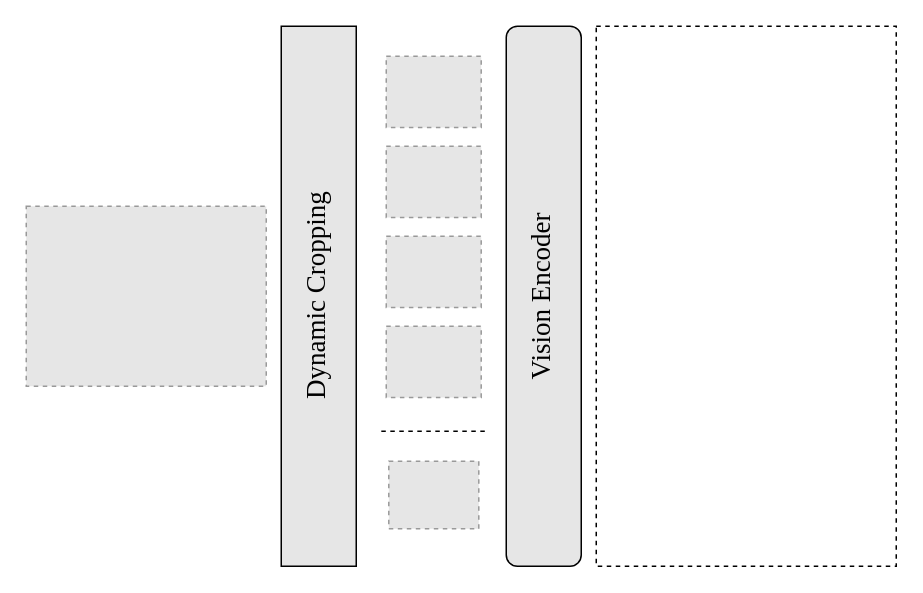
QianQian-L/test1 keeps this draw.io diagram as dyx论文.drawio. Above is the earlier version. Source tidied: cells renumbered, new cells numbered last; positions are measured from the earlier drawing's top-left corner, leaving out a move shared by most shapes. Both pictures are drawn from the tidied source at 150%, with x=0, y=0 at pixel (26, 26). Pictures stored in the file or linked from it are replaced by grey dashed boxes.
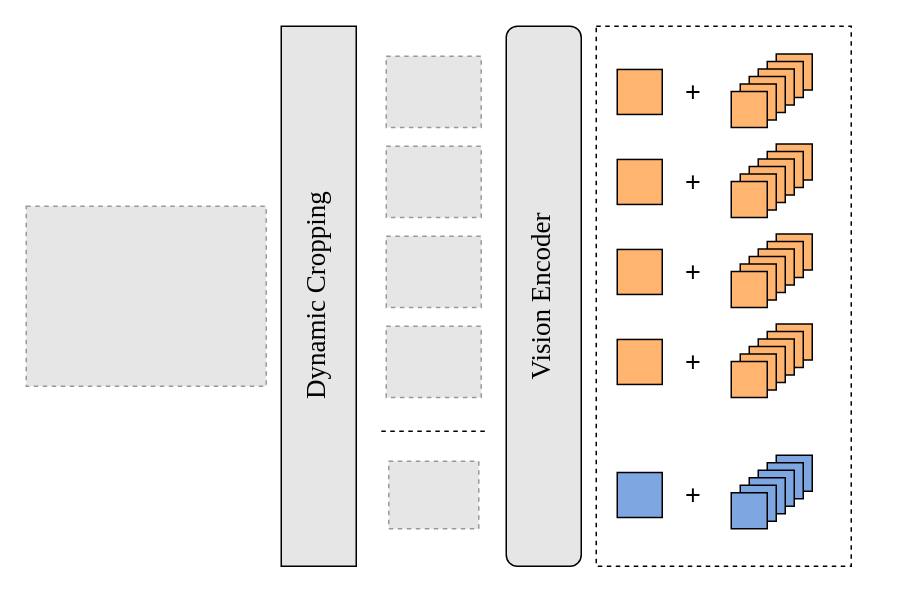
Above is the later version.

What changed in the source:
```diff
@@
     <mxCell id="11" style="rounded=0;whiteSpace=wrap;html=1;dashed=1;" parent="1" vertex="1">
-      <mxGeometry x="380" width="200" height="360" as="geometry" />
+      <mxGeometry x="380" width="170" height="360" as="geometry" />
     </mxCell>
+    <mxCell id="12" style="rounded=0;whiteSpace=wrap;html=1;fillColor=#FFB570;" parent="1" vertex="1">
+      <mxGeometry x="394" y="28.8" width="30" height="30" as="geometry" />
+    </mxCell>
+    <mxCell id="13" style="rounded=0;whiteSpace=wrap;html=1;fillColor=#FFB570;" parent="1" vertex="1">
+      <mxGeometry x="394" y="208.8" width="30" height="30" as="geometry" />
+    </mxCell>
+    <mxCell id="14" style="rounded=0;whiteSpace=wrap;html=1;fillColor=#FFB570;" parent="1" vertex="1">
+      <mxGeometry x="394" y="148.8" width="30" height="30" as="geometry" />
+    </mxCell>
+    <mxCell id="15" style="rounded=0;whiteSpace=wrap;html=1;fillColor=#FFB570;" parent="1" vertex="1">
+      <mxGeometry x="394" y="88.8" width="30" height="30" as="geometry" />
+    </mxCell>
+    <mxCell id="16" style="rounded=0;whiteSpace=wrap;html=1;fillColor=#7EA6E0;" parent="1" vertex="1">
+      <mxGeometry x="394" y="297.5" width="30" height="30" as="geometry" />
+    </mxCell>
+    <mxCell id="17" value="&lt;font style=&quot;font-size: 18px;&quot;&gt;+&lt;/font&gt;" style="text;html=1;whiteSpace=wrap;strokeColor=none;fillColor=none;align=center;verticalAlign=middle;rounded=0;" parent="1" vertex="1">
+      <mxGeometry x="430" y="297.5" width="30" height="30" as="geometry" />
+    </mxCell>
+    <mxCell id="18" value="&lt;font style=&quot;font-size: 18px;&quot;&gt;+&lt;/font&gt;" style="text;html=1;whiteSpace=wrap;strokeColor=none;fillColor=none;align=center;verticalAlign=middle;rounded=0;" parent="1" vertex="1">
+      <mxGeometry x="430" y="208.8" width="30" height="30" as="geometry" />
+    </mxCell>
+    <mxCell id="19" value="&lt;font style=&quot;font-size: 18px;&quot;&gt;+&lt;/font&gt;" style="text;html=1;whiteSpace=wrap;strokeColor=none;fillColor=none;align=center;verticalAlign=middle;rounded=0;" parent="1" vertex="1">
+      <mxGeometry x="430" y="148.8" width="30" height="30" as="geometry" />
+    </mxCell>
+    <mxCell id="20" value="&lt;font style=&quot;font-size: 18px;&quot;&gt;+&lt;/font&gt;" style="text;html=1;whiteSpace=wrap;strokeColor=none;fillColor=none;align=center;verticalAlign=middle;rounded=0;" parent="1" vertex="1">
+      <mxGeometry x="430" y="88.8" width="30" height="30" as="geometry" />
+    </mxCell>
+    <mxCell id="21" value="&lt;font style=&quot;font-size: 18px;&quot;&gt;+&lt;/font&gt;" style="text;html=1;whiteSpace=wrap;strokeColor=none;fillColor=none;align=center;verticalAlign=middle;rounded=0;" parent="1" vertex="1">
+      <mxGeometry x="430" y="28.8" width="30" height="30" as="geometry" />
+    </mxCell>
+    <mxCell id="22" style="rounded=0;whiteSpace=wrap;html=1;fillColor=#FFB570;" parent="1" vertex="1">
+      <mxGeometry x="500" y="198.5" width="24" height="24" as="geometry" />
+    </mxCell>
+    <mxCell id="23" style="rounded=0;whiteSpace=wrap;html=1;fillColor=#FFB570;" parent="1" vertex="1">
+      <mxGeometry x="494" y="203.5" width="24" height="24" as="geometry" />
+    </mxCell>
+    <mxCell id="24" style="rounded=0;whiteSpace=wrap;html=1;fillColor=#FFB570;" parent="1" vertex="1">
+      <mxGeometry x="488" y="208.5" width="24" height="24" as="geometry" />
+    </mxCell>
+    <mxCell id="25" style="rounded=0;whiteSpace=wrap;html=1;fillColor=#FFB570;" parent="1" vertex="1">
+      <mxGeometry x="482" y="213.5" width="24" height="24" as="geometry" />
+    </mxCell>
+    <mxCell id="26" style="rounded=0;whiteSpace=wrap;html=1;fillColor=#FFB570;" parent="1" vertex="1">
+      <mxGeometry x="476" y="218.5" width="24" height="24" as="geometry" />
+    </mxCell>
+    <mxCell id="27" style="rounded=0;whiteSpace=wrap;html=1;fillColor=#FFB570;" parent="1" vertex="1">
+      <mxGeometry x="470" y="223.5" width="24" height="24" as="geometry" />
+    </mxCell>
+    <mxCell id="28" style="rounded=0;whiteSpace=wrap;html=1;fillColor=#FFB570;" parent="1" vertex="1">
+      <mxGeometry x="500" y="138.5" width="24" height="24" as="geometry" />
+    </mxCell>
+    <mxCell id="29" style="rounded=0;whiteSpace=wrap;html=1;fillColor=#FFB570;" parent="1" vertex="1">
+      <mxGeometry x="494" y="143.5" width="24" height="24" as="geometry" />
+    </mxCell>
+    <mxCell id="30" style="rounded=0;whiteSpace=wrap;html=1;fillColor=#FFB570;" parent="1" vertex="1">
+      <mxGeometry x="488" y="148.5" width="24" height="24" as="geometry" />
+    </mxCell>
+    <mxCell id="31" style="rounded=0;whiteSpace=wrap;html=1;fillColor=#FFB570;" parent="1" vertex="1">
+      <mxGeometry x="482" y="153.5" width="24" height="24" as="geometry" />
+    </mxCell>
+    <mxCell id="32" style="rounded=0;whiteSpace=wrap;html=1;fillColor=#FFB570;" parent="1" vertex="1">
+      <mxGeometry x="476" y="158.5" width="24" height="24" as="geometry" />
+    </mxCell>
+    <mxCell id="33" style="rounded=0;whiteSpace=wrap;html=1;fillColor=#FFB570;" parent="1" vertex="1">
+      <mxGeometry x="470" y="163.5" width="24" height="24" as="geometry" />
+    </mxCell>
+    <mxCell id="34" style="rounded=0;whiteSpace=wrap;html=1;fillColor=#FFB570;" parent="1" vertex="1">
+      <mxGeometry x="500" y="78.5" width="24" height="24" as="geometry" />
+    </mxCell>
+    <mxCell id="35" style="rounded=0;whiteSpace=wrap;html=1;fillColor=#FFB570;" parent="1" vertex="1">
+      <mxGeometry x="494" y="83.5" width="24" height="24" as="geometry" />
+    </mxCell>
+    <mxCell id="36" style="rounded=0;whiteSpace=wrap;html=1;fillColor=#FFB570;" parent="1" vertex="1">
+      <mxGeometry x="488" y="88.5" width="24" height="24" as="geometry" />
+    </mxCell>
+    <mxCell id="37" style="rounded=0;whiteSpace=wrap;html=1;fillColor=#FFB570;" parent="1" vertex="1">
+      <mxGeometry x="482" y="93.5" width="24" height="24" as="geometry" />
+    </mxCell>
+    <mxCell id="38" style="rounded=0;whiteSpace=wrap;html=1;fillColor=#FFB570;" parent="1" vertex="1">
+      <mxGeometry x="476" y="98.5" width="24" height="24" as="geometry" />
+    </mxCell>
+    <mxCell id="39" style="rounded=0;whiteSpace=wrap;html=1;fillColor=#FFB570;" parent="1" vertex="1">
+      <mxGeometry x="470" y="103.5" width="24" height="24" as="geometry" />
+    </mxCell>
+    <mxCell id="40" style="rounded=0;whiteSpace=wrap;html=1;fillColor=#FFB570;" parent="1" vertex="1">
+      <mxGeometry x="500" y="18.5" width="24" height="24" as="geometry" />
+    </mxCell>
+    <mxCell id="41" style="rounded=0;whiteSpace=wrap;html=1;fillColor=#FFB570;" parent="1" vertex="1">
+      <mxGeometry x="494" y="23.5" width="24" height="24" as="geometry" />
+    </mxCell>
+    <mxCell id="42" style="rounded=0;whiteSpace=wrap;html=1;fillColor=#FFB570;" parent="1" vertex="1">
+      <mxGeometry x="488" y="28.5" width="24" height="24" as="geometry" />
+    </mxCell>
+    <mxCell id="43" style="rounded=0;whiteSpace=wrap;html=1;fillColor=#FFB570;" parent="1" vertex="1">
+      <mxGeometry x="482" y="33.5" width="24" height="24" as="geometry" />
+    </mxCell>
+    <mxCell id="44" style="rounded=0;whiteSpace=wrap;html=1;fillColor=#FFB570;" parent="1" vertex="1">
+      <mxGeometry x="476" y="38.5" width="24" height="24" as="geometry" />
+    </mxCell>
+    <mxCell id="45" style="rounded=0;whiteSpace=wrap;html=1;fillColor=#FFB570;" parent="1" vertex="1">
+      <mxGeometry x="470" y="43.5" width="24" height="24" as="geometry" />
+    </mxCell>
+    <mxCell id="46" style="rounded=0;whiteSpace=wrap;html=1;fillColor=#7EA6E0;" parent="1" vertex="1">
+      <mxGeometry x="500" y="286" width="24" height="24" as="geometry" />
+    </mxCell>
+    <mxCell id="47" style="rounded=0;whiteSpace=wrap;html=1;fillColor=#7EA6E0;" parent="1" vertex="1">
+      <mxGeometry x="494" y="291" width="24" height="24" as="geometry" />
+    </mxCell>
+    <mxCell id="48" style="rounded=0;whiteSpace=wrap;html=1;fillColor=#7EA6E0;" parent="1" vertex="1">
+      <mxGeometry x="488" y="296" width="24" height="24" as="geometry" />
+    </mxCell>
+    <mxCell id="49" style="rounded=0;whiteSpace=wrap;html=1;fillColor=#7EA6E0;" parent="1" vertex="1">
+      <mxGeometry x="482" y="301" width="24" height="24" as="geometry" />
+    </mxCell>
+    <mxCell id="50" style="rounded=0;whiteSpace=wrap;html=1;fillColor=#7EA6E0;" parent="1" vertex="1">
+      <mxGeometry x="476" y="306" width="24" height="24" as="geometry" />
+    </mxCell>
+    <mxCell id="51" style="rounded=0;whiteSpace=wrap;html=1;fillColor=#7EA6E0;" parent="1" vertex="1">
+      <mxGeometry x="470" y="311" width="24" height="24" as="geometry" />
+    </mxCell>
```
